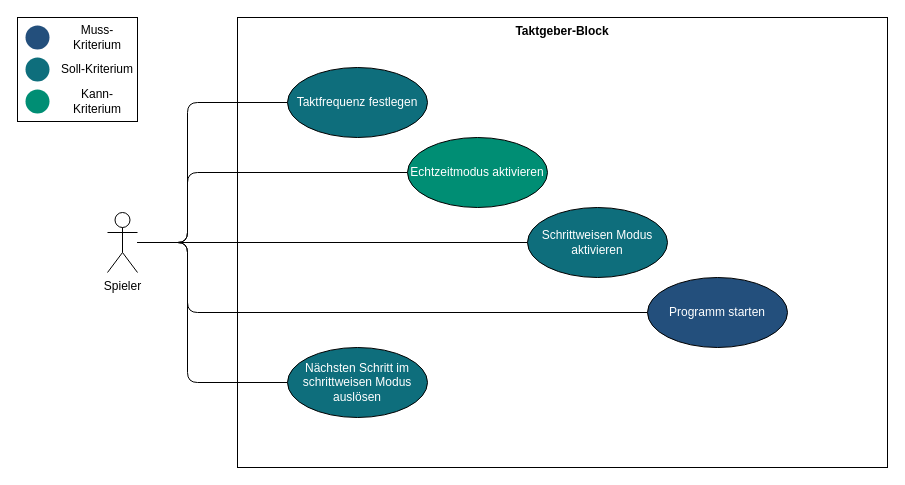
LundiNord/RISCJ-Diagramms keeps this draw.io diagram as Taktgeber-Block.drawio. Above is the earlier version. Source tidied: cells renumbered, new cells numbered last; positions are measured from the earlier drawing's top-left corner, leaving out a move shared by most shapes. Both pictures are drawn from the tidied source at 100%, with x=0, y=0 at pixel (17, 17).
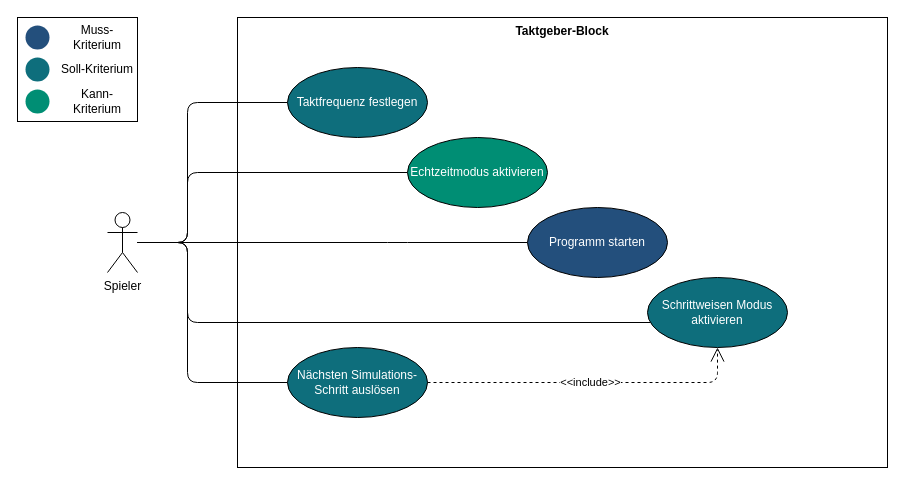
The same diagram, later.

Unchanged cells that the change refers to:
```xml
<mxCell id="8" value="Spieler" style="shape=umlActor;verticalLabelPosition=bottom;labelBackgroundColor=#ffffff;verticalAlign=top;html=1;fillColor=none;" parent="1" vertex="1">
  <mxGeometry x="90" y="195" width="30" height="60" as="geometry" />
</mxCell>
```

The edit, as a diff of the source:
```diff
@@
     <mxCell id="5" style="edgeStyle=orthogonalEdgeStyle;shape=connector;rounded=1;jettySize=auto;html=1;labelBackgroundColor=default;strokeColor=default;align=center;verticalAlign=middle;fontFamily=Helvetica;fontSize=11;fontColor=default;endArrow=none;endFill=0;" parent="1" edge="1" source="8" target="10">
-      <mxGeometry relative="1" as="geometry" />
+      <mxGeometry relative="1" as="geometry">
+        <Array as="points">
+          <mxPoint x="170" y="225" />
+          <mxPoint x="170" y="305" />
+        </Array>
+      </mxGeometry>
     </mxCell>
     <mxCell id="6" style="edgeStyle=orthogonalEdgeStyle;shape=connector;rounded=1;jettySize=auto;html=1;labelBackgroundColor=default;strokeColor=default;align=center;verticalAlign=middle;fontFamily=Helvetica;fontSize=11;fontColor=default;endArrow=none;endFill=0;" parent="1" edge="1" source="8" target="13">
       <mxGeometry relative="1" as="geometry">
         <Array as="points">
-          <mxPoint x="170" y="225" />
-          <mxPoint x="170" y="295" />
+          <mxPoint x="380" y="225" />
+          <mxPoint x="380" y="225" />
         </Array>
       </mxGeometry>
     </mxCell>
@@
     <mxCell id="10" value="Schrittweisen Modus aktivieren" style="ellipse;whiteSpace=wrap;html=1;fillColor=#0e6e7c;fontColor=#FFFFFF;" parent="1" vertex="1">
-      <mxGeometry x="510" y="190" width="140" height="70" as="geometry" />
+      <mxGeometry x="630" y="260" width="140" height="70" as="geometry" />
     </mxCell>
-    <mxCell id="11" value="Nächsten Schritt im schrittweisen Modus auslösen" style="ellipse;whiteSpace=wrap;html=1;fillColor=#0e6e7c;fontColor=#FFFFFF;" parent="1" vertex="1">
+    <mxCell id="11" value="Nächsten Simulations-Schritt auslösen" style="ellipse;whiteSpace=wrap;html=1;fillColor=#0e6e7c;fontColor=#FFFFFF;" parent="1" vertex="1">
       <mxGeometry x="270" y="330" width="140" height="70" as="geometry" />
     </mxCell>
@@
     <mxCell id="13" value="Programm starten" style="ellipse;whiteSpace=wrap;html=1;fillColor=#234f7c;fontColor=#FFFFFF;" parent="1" vertex="1">
-      <mxGeometry x="630" y="260" width="140" height="70" as="geometry" />
+      <mxGeometry x="510" y="190" width="140" height="70" as="geometry" />
     </mxCell>
@@
+    <mxCell id="22" value="&amp;lt;&amp;lt;include&amp;gt;&amp;gt;" style="endArrow=open;endSize=12;dashed=1;html=1;rounded=1;edgeStyle=orthogonalEdgeStyle;" parent="1" edge="1" source="11" target="10">
+      <mxGeometry relative="1" as="geometry">
+        <Array as="points">
+          <mxPoint x="700" y="365" />
+        </Array>
+      </mxGeometry>
+    </mxCell>
```
